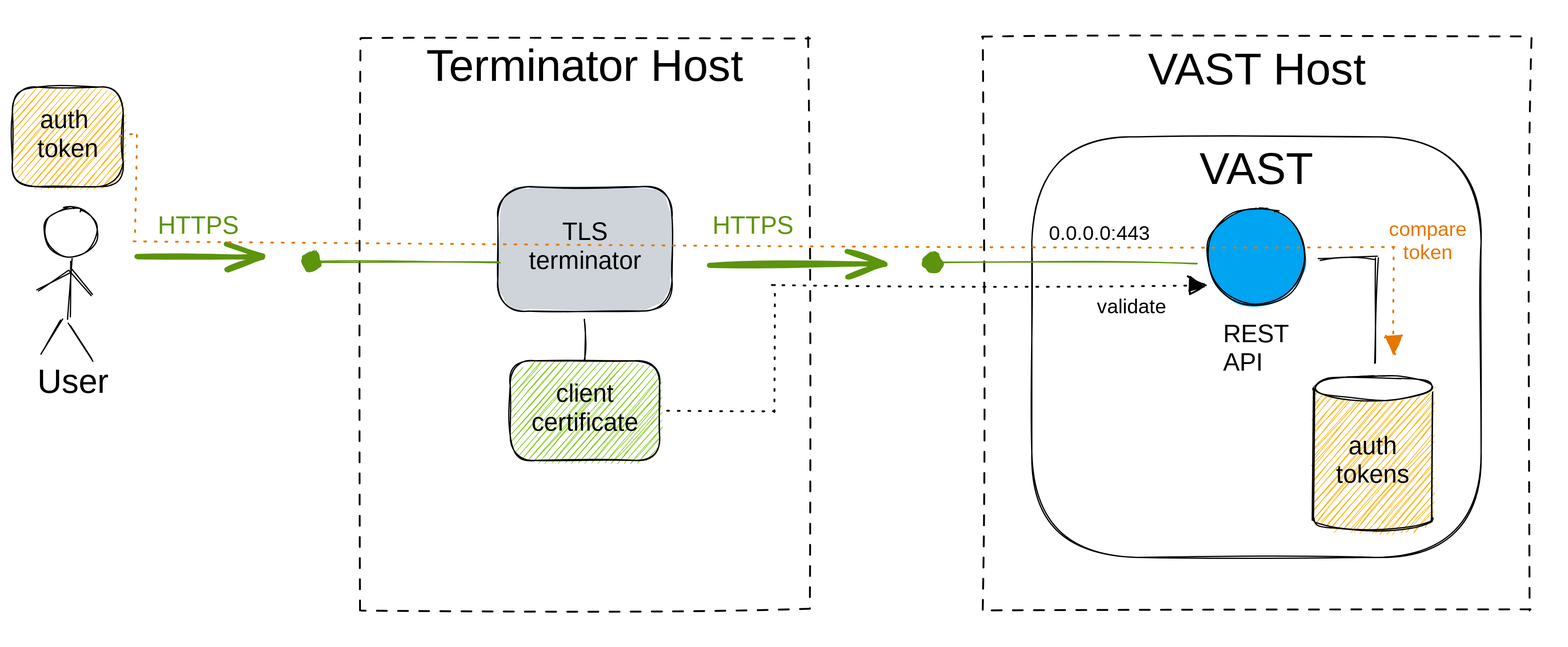
This is web/docs/use/integrate/rest-api/rest-api-mode-mtls.excalidraw.svg from tenzir/tenzir, a Excalidraw export, as it was before one commit. Source tidied: one line per element, renumbered; positions are measured from the earlier drawing's top-left corner, leaving out a move shared by most shapes.
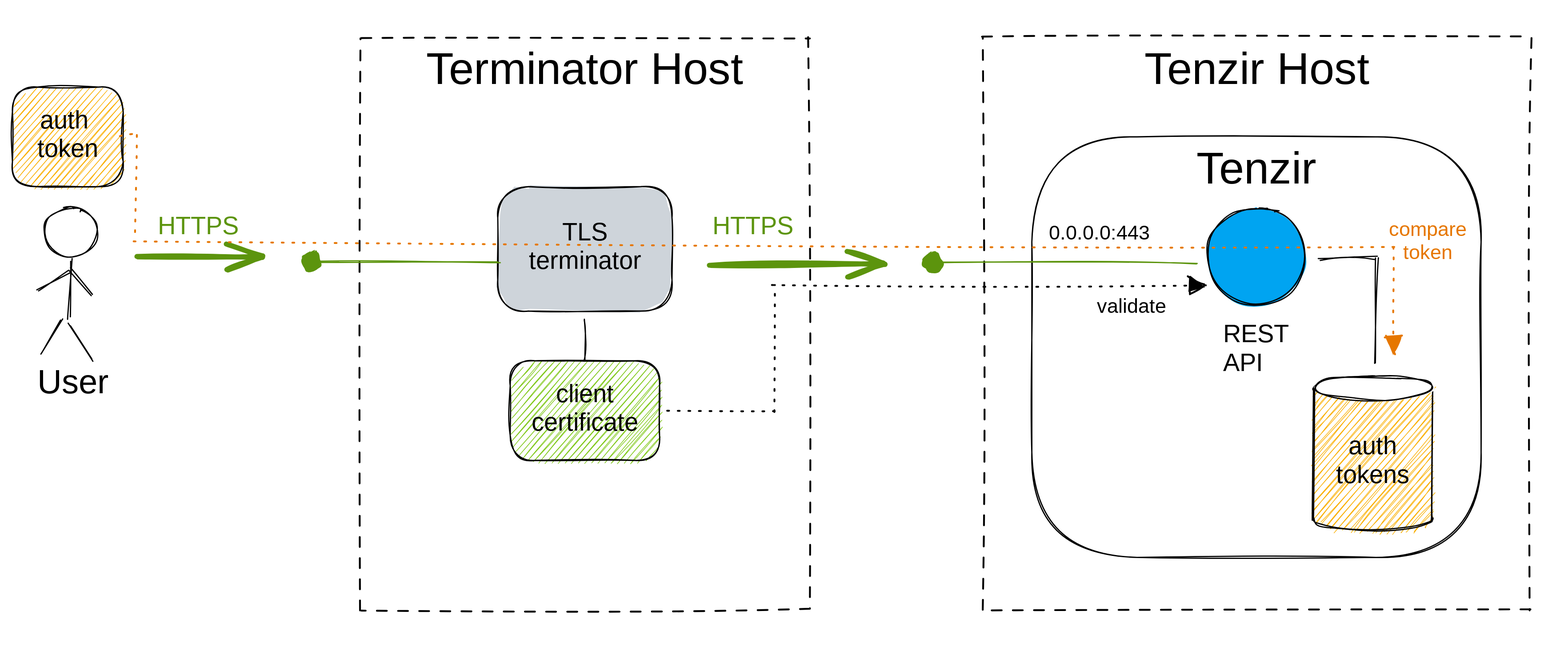
Later version of the same file.

What changed in the source:
```diff
@@ -2,7 +2,7 @@
 {"id": 1, "type": "rectangle", "strokeColor": "#000000", "strokeWidth": 1, "strokeStyle": "dashed", "roughness": 1, "x": 280, "y": 20, "width": 360, "height": 460}
 {"id": 2, "type": "text", "text": "Terminator Host", "strokeColor": "#000000", "backgroundColor": "#ced4da", "fillStyle": "solid", "strokeWidth": 1, "strokeStyle": "dotted", "roughness": 1, "fontSize": 36, "fontFamily": 1, "textAlign": "center", "round": true, "inside": 1, "x": 314, "y": 25, "width": 291, "height": 42}
 {"id": 3, "type": "rectangle", "strokeColor": "#000000", "strokeWidth": 1, "strokeStyle": "dashed", "roughness": 1, "x": 780, "y": 20, "width": 440, "height": 460}
-{"id": 4, "type": "text", "text": "VAST Host", "strokeColor": "#000000", "backgroundColor": "#ced4da", "fillStyle": "solid", "strokeWidth": 1, "strokeStyle": "dotted", "roughness": 1, "fontSize": 36, "fontFamily": 1, "textAlign": "center", "round": true, "inside": 3, "x": 916, "y": 25, "width": 168, "height": 42}
+{"id": 4, "type": "text", "text": "Tenzir Host", "strokeColor": "#000000", "backgroundColor": "#ced4da", "fillStyle": "solid", "strokeWidth": 1, "strokeStyle": "dotted", "roughness": 1, "fontSize": 36, "fontFamily": 1, "textAlign": "center", "round": true, "inside": 3, "x": 896, "y": 25, "width": 207, "height": 42}
 {"id": 5, "type": "rectangle", "strokeColor": "#000000", "strokeWidth": 1, "roughness": 1, "round": true, "x": 819, "y": 100, "width": 361, "height": 338}
 {"id": 6, "type": "ellipse", "strokeColor": "#000000", "backgroundColor": "#00a4f1", "fillStyle": "solid", "strokeWidth": 1, "roughness": 1, "x": 960, "y": 157, "width": 79, "height": 79}
 {"id": 7, "type": "arrow", "strokeColor": "#5c940d", "backgroundColor": "#00a4f1", "fillStyle": "solid", "strokeWidth": 1, "roughness": 1, "endArrowhead": "dot", "from": 6, "x": 951, "y": 201, "width": 211, "height": 0, "points": [[0, 0], [-211, 0]]}
@@ -12,7 +12,7 @@
 {"id": 11, "type": "line", "strokeColor": "#000000", "backgroundColor": "#ced4da", "fillStyle": "solid", "strokeWidth": 1, "roughness": 1, "round": true, "x": 40, "y": 247, "width": 16, "height": 27, "points": [[0, 0], [-16, 27]]}
 {"id": 12, "type": "line", "strokeColor": "#000000", "backgroundColor": "#ced4da", "fillStyle": "solid", "strokeWidth": 1, "roughness": 1, "round": true, "x": 21, "y": 223, "width": 25, "height": 16, "points": [[0, 0], [25, -16]]}
 {"id": 13, "type": "line", "strokeColor": "#000000", "backgroundColor": "#ced4da", "fillStyle": "solid", "strokeWidth": 1, "roughness": 1, "round": true, "x": 46, "y": 206, "width": 18, "height": 21, "points": [[0, 0], [18, 21]]}
-{"id": 14, "type": "text", "text": "VAST", "strokeColor": "#000000", "backgroundColor": "#ced4da", "fillStyle": "solid", "strokeWidth": 1, "strokeStyle": "dotted", "roughness": 1, "fontSize": 36, "fontFamily": 1, "textAlign": "center", "round": true, "inside": 5, "x": 954, "y": 105, "width": 91, "height": 42}
+{"id": 14, "type": "text", "text": "Tenzir", "strokeColor": "#000000", "backgroundColor": "#ced4da", "fillStyle": "solid", "strokeWidth": 1, "strokeStyle": "dotted", "roughness": 1, "fontSize": 36, "fontFamily": 1, "textAlign": "center", "round": true, "inside": 5, "x": 945, "y": 105, "width": 109, "height": 42}
 {"id": 15, "type": "text", "text": "User", "strokeColor": "#000000", "backgroundColor": "#00a4f1", "fillStyle": "solid", "strokeWidth": 1, "roughness": 1, "fontSize": 27.0, "fontFamily": 1, "round": true, "x": 20, "y": 282, "width": 53, "height": 31}
 {"id": 16, "type": "arrow", "strokeColor": "#000000", "strokeWidth": 1, "roughness": 1, "from": 6, "to": 18, "x": 1049, "y": 198, "width": 47, "height": 85, "points": [[0, 0], [47, -1], [47, 84]]}
 {"id": 17, "type": "line", "strokeColor": "#000000", "backgroundColor": "#fab005", "fillStyle": "hachure", "strokeWidth": 1, "roughness": 1, "round": true, "x": 1046, "y": 303, "width": 96, "height": 124, "points": [[0, 0], [0, 94], [0, 104], [5, 109], [22, 113], [51, 114], [79, 112], [94, 107], [96, 104], [96, 95], [96, 8], [95, 0], [89, -5], [76, -8], [46, -10], [23, -9], [4, -4], [0, 0], [0, 0]]}
@@ -21,7 +21,7 @@
 {"id": 20, "type": "text", "text": "REST\nAPI", "strokeColor": "#000000", "backgroundColor": "#00a4f1", "fillStyle": "solid", "strokeWidth": 1, "roughness": 1, "fontSize": 20, "fontFamily": 1, "round": true, "x": 973, "y": 247, "width": 50, "height": 46}
 {"id": 21, "type": "rectangle", "strokeColor": "#000000", "backgroundColor": "#ced4da", "fillStyle": "solid", "strokeWidth": 1, "roughness": 1, "round": true, "x": 390, "y": 140, "width": 140, "height": 100}
 {"id": 22, "type": "text", "text": "TLS\nterminator", "strokeColor": "#000000", "backgroundColor": "#82c91e", "fillStyle": "solid", "strokeWidth": 1, "roughness": 1, "fontSize": 20, "fontFamily": 1, "textAlign": "center", "verticalAlign": "middle", "round": true, "inside": 21, "x": 418, "y": 165, "width": 85, "height": 46}
-{"id": 23, "type": "text", "text": "0.0.0.0:443", "strokeColor": "#000000", "backgroundColor": "#00a4f1", "fillStyle": "solid", "strokeWidth": 1, "roughness": 1, "fontSize": 16, "fontFamily": 1, "round": true, "x": 833, "y": 168, "width": 74, "height": 19}
+{"id": 23, "type": "text", "text": "0.0.0.0:443", "strokeColor": "#000000", "backgroundColor": "#00a4f1", "fillStyle": "solid", "strokeWidth": 1, "roughness": 1, "fontSize": 16, "fontFamily": 1, "round": true, "x": 833, "y": 168, "width": 92, "height": 19}
 {"id": 24, "type": "rectangle", "strokeColor": "#000000", "backgroundColor": "#82c91e", "fillStyle": "hachure", "strokeWidth": 1, "roughness": 1, "round": true, "x": 400, "y": 280, "width": 120, "height": 80}
 {"id": 25, "type": "text", "text": "client\ncertificate", "strokeColor": "#000000", "backgroundColor": "#82c91e", "fillStyle": "solid", "strokeWidth": 1, "roughness": 1, "fontSize": 20, "fontFamily": 1, "textAlign": "center", "verticalAlign": "middle", "round": true, "inside": 24, "x": 420, "y": 295, "width": 81, "height": 46}
 {"id": 26, "type": "arrow", "strokeColor": "#000000", "backgroundColor": "#82c91e", "fillStyle": "solid", "strokeWidth": 1, "strokeStyle": "dotted", "roughness": 1, "endArrowhead": "triangle", "from": 24, "to": 6, "x": 528, "y": 320, "width": 432, "height": 100, "points": [[0, 0], [83, 0], [83, -100], [432, -100]]}
```
